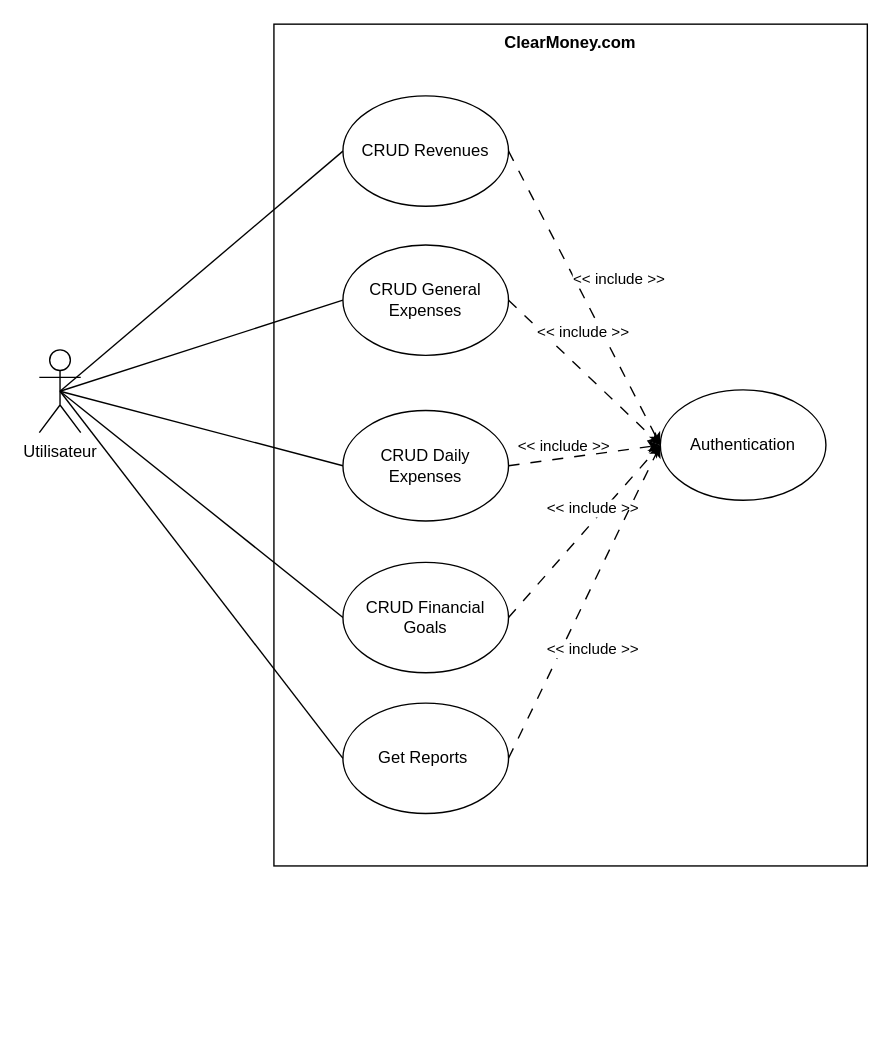
Above: conception/useCaseDiagram.drawio in Ayope/ClearMoney.com (draw.io), before the change. Source tidied: cells renumbered, new cells numbered last; positions are measured from the earlier drawing's top-left corner, leaving out a move shared by most shapes. Both pictures are drawn from the tidied source at 138%, with x=0, y=0 at pixel (39, 23).
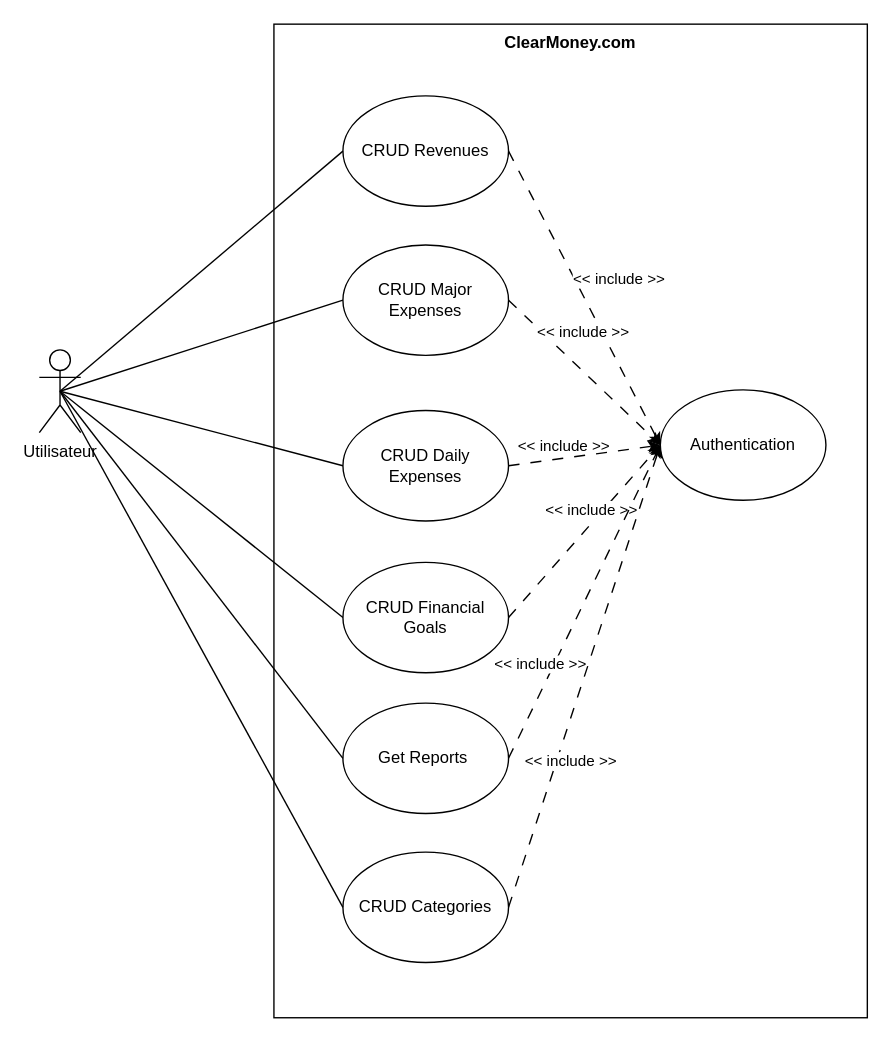
After the change.

The change refers to these unchanged cells:
```xml
<mxCell id="12" value="Authentication" style="ellipse;whiteSpace=wrap;html=1;" parent="1" vertex="1">
  <mxGeometry x="450" y="265" width="120" height="80" as="geometry" />
</mxCell>
<mxCell id="17" value="Utilisateur" style="shape=umlActor;verticalLabelPosition=bottom;verticalAlign=top;html=1;outlineConnect=0;" parent="1" vertex="1">
  <mxGeometry y="236" width="30" height="60" as="geometry" />
</mxCell>
```

The edit, as a diff of the source:
```diff
@@
     <mxCell id="2" value="&lt;b&gt;ClearMoney.com&lt;/b&gt;" style="html=1;whiteSpace=wrap;verticalAlign=top;" parent="1" vertex="1">
-      <mxGeometry x="170" width="430" height="610" as="geometry" />
+      <mxGeometry x="170" width="430" height="720" as="geometry" />
     </mxCell>
@@
-    <mxCell id="7" value="CRUD General Expenses" style="ellipse;whiteSpace=wrap;html=1;" parent="1" vertex="1">
+    <mxCell id="7" value="CRUD Major Expenses" style="ellipse;whiteSpace=wrap;html=1;" parent="1" vertex="1">
       <mxGeometry x="220" y="160" width="120" height="80" as="geometry" />
     </mxCell>
@@
     <mxCell id="20" value="&amp;lt;&amp;lt; include &amp;gt;&amp;gt;" style="edgeLabel;html=1;align=center;verticalAlign=middle;" parent="1" vertex="1">
-      <mxGeometry x="400" y="350" as="geometry" />
+      <mxGeometry x="400" y="350" as="geometry">
+        <mxPoint x="-1" y="1" as="offset" />
+      </mxGeometry>
     </mxCell>
@@
     <mxCell id="24" value="&amp;lt;&amp;lt; include &amp;gt;&amp;gt;" style="edgeLabel;html=1;align=center;verticalAlign=middle;" parent="1" vertex="1">
-      <mxGeometry x="400" y="452" as="geometry" />
+      <mxGeometry x="370" y="460" as="geometry">
+        <mxPoint x="-8" y="3" as="offset" />
+      </mxGeometry>
     </mxCell>
+    <mxCell id="25" value="&lt;div style=&quot;direction: rtl;&quot;&gt;&lt;span style=&quot;background-color: initial;&quot;&gt;CRUD Categories&lt;/span&gt;&lt;/div&gt;" style="ellipse;whiteSpace=wrap;html=1;" parent="1" vertex="1">
+      <mxGeometry x="220" y="600" width="120" height="80" as="geometry" />
+    </mxCell>
+    <mxCell id="26" style="rounded=0;jettySize=auto;html=1;exitX=0.5;exitY=0.5;exitDx=0;exitDy=0;exitPerimeter=0;entryX=0;entryY=0.5;entryDx=0;entryDy=0;endArrow=none;endFill=0;" parent="1" edge="1" source="17" target="25">
+      <mxGeometry relative="1" as="geometry" />
+    </mxCell>
+    <mxCell id="27" style="rounded=0;jettySize=auto;html=1;exitX=1;exitY=0.5;exitDx=0;exitDy=0;entryX=0;entryY=0.5;entryDx=0;entryDy=0;dashed=1;dashPattern=8 8;" parent="1" edge="1" source="25" target="12">
+      <mxGeometry relative="1" as="geometry" />
+    </mxCell>
+    <mxCell id="28" value="&amp;lt;&amp;lt; include &amp;gt;&amp;gt;" style="edgeLabel;html=1;align=center;verticalAlign=middle;" parent="1" vertex="1">
+      <mxGeometry x="385" y="532" as="geometry">
+        <mxPoint x="-1" y="1" as="offset" />
+      </mxGeometry>
+    </mxCell>
```
